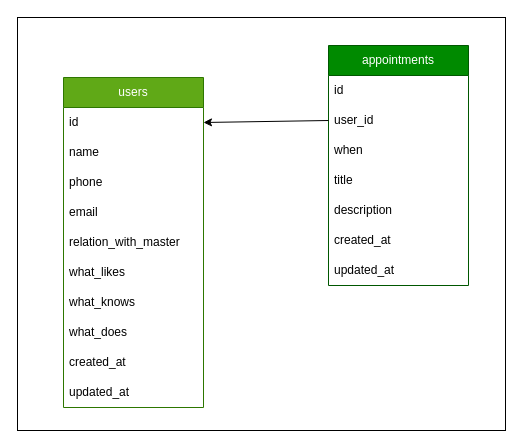
Earlier version of the draw.io diagram diagrams/db.drawio (DouglasVolcato/whatsapp-automation-appointment-agent). Source tidied: cells renumbered, new cells numbered last; positions are measured from the earlier drawing's top-left corner, leaving out a move shared by most shapes. Both pictures are drawn from the tidied source at 100%, with x=0, y=0 at pixel (17, 17).
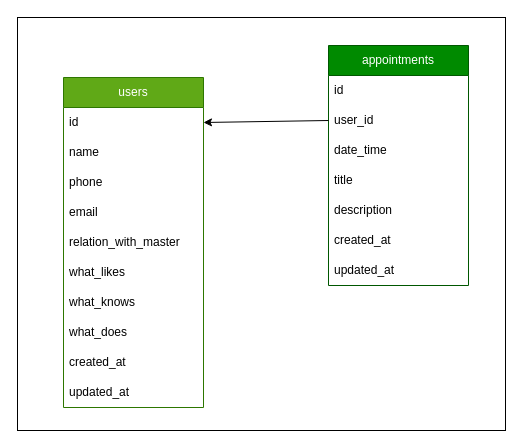
The same page after the edit.

Unchanged cells that the change refers to:
```xml
<mxCell id="14" value="appointments" style="swimlane;fontStyle=0;horizontal=1;startSize=30;whiteSpace=wrap;html=1;fillColor=#008a00;fontColor=#ffffff;strokeColor=#005700;" parent="1" vertex="1">
  <mxGeometry x="311" y="28" width="140" height="240" as="geometry" />
</mxCell>
```

Change to the diagram source:
```diff
@@
-    <mxCell id="17" value="when" style="text;strokeColor=none;fillColor=none;align=left;verticalAlign=middle;spacingLeft=4;spacingRight=4;overflow=hidden;whiteSpace=wrap;html=1;" parent="14" vertex="1">
+    <mxCell id="17" value="date_time" style="text;strokeColor=none;fillColor=none;align=left;verticalAlign=middle;spacingLeft=4;spacingRight=4;overflow=hidden;whiteSpace=wrap;html=1;" parent="14" vertex="1">
       <mxGeometry y="90" width="140" height="30" as="geometry" />
     </mxCell>
```
